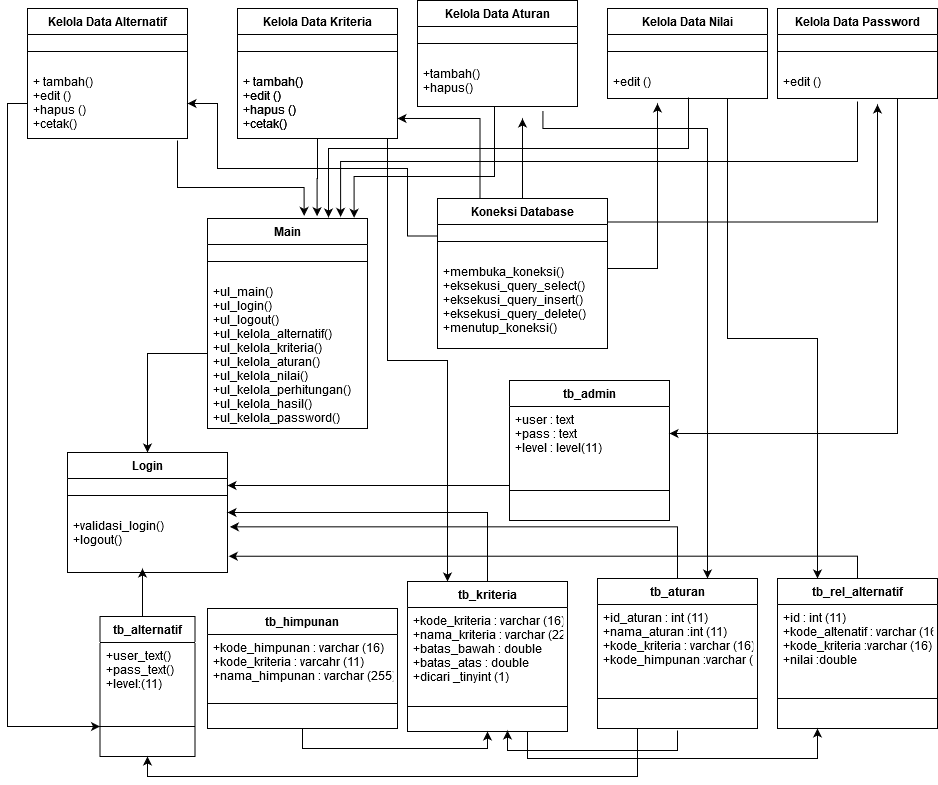
The draw.io diagram Untitled Diagram.png in NuriCandrawati/nuri-resolusi, before a commit. Source tidied: cells renumbered, new cells last; positions are measured from the earlier drawing's top-left corner, leaving out a move shared by most shapes.
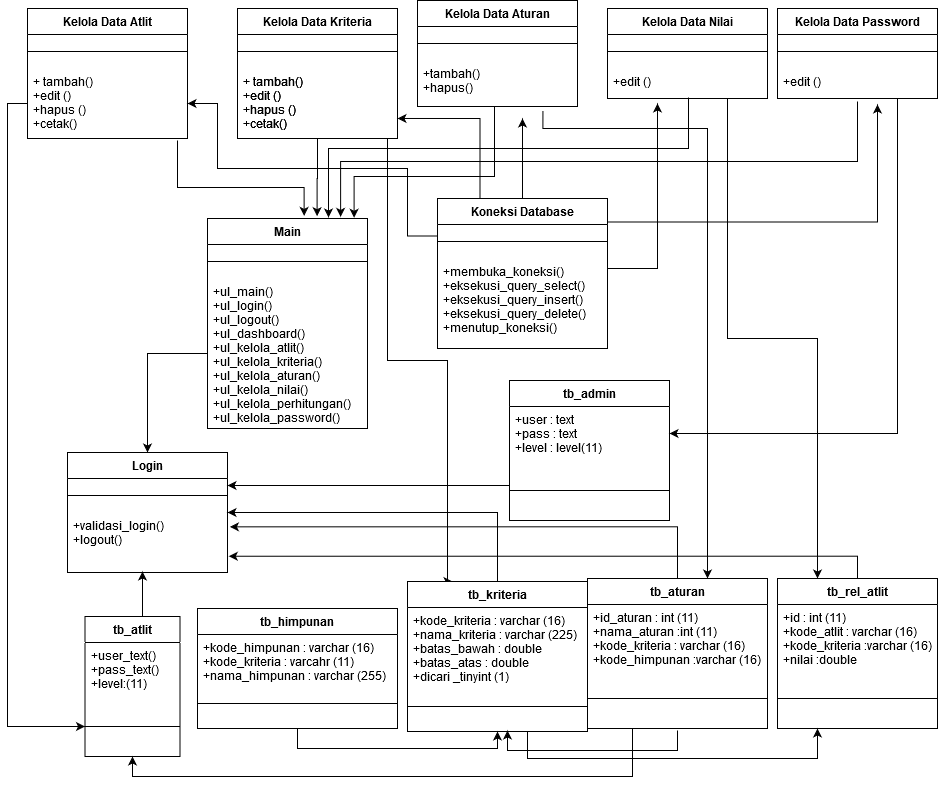
Later version of the same file.

The edit, as a diff of the source:
```diff
@@ -101,7 +101,7 @@
     <mxCell id="23" style="line;strokeWidth=1;fillColor=none;align=left;verticalAlign=middle;spacingTop=-1;spacingLeft=3;spacingRight=3;labelPosition=right;" parent="22" vertex="1">
       <mxGeometry y="26" width="160" height="34" as="geometry" />
     </mxCell>
-    <mxCell id="24" value="+ul_main()&#10;+ul_login()&#10;+ul_logout()&#10;+ul_kelola_alternatif()&#10;+ul_kelola_kriteria()&#10;+ul_kelola_aturan()&#10;+ul_kelola_nilai()&#10;+ul_kelola_perhitungan()&#10;+ul_kelola_hasil()&#10;+ul_kelola_password()&#10;" style="text;strokeColor=none;fillColor=none;align=left;verticalAlign=top;spacingLeft=4;spacingRight=4;overflow=hidden;points=[[0,0.5],[1,0.5]];portConstraint=eastwest;" parent="22" vertex="1">
+    <mxCell id="24" value="+ul_main()&#10;+ul_login()&#10;+ul_logout()&#10;+ul_dashboard()&#10;+ul_kelola_atlit()&#10;+ul_kelola_kriteria()&#10;+ul_kelola_aturan()&#10;+ul_kelola_nilai()&#10;+ul_kelola_perhitungan()&#10;+ul_kelola_password()&#10;" style="text;strokeColor=none;fillColor=none;align=left;verticalAlign=top;spacingLeft=4;spacingRight=4;overflow=hidden;points=[[0,0.5],[1,0.5]];portConstraint=eastwest;" parent="22" vertex="1">
       <mxGeometry y="60" width="160" height="150" as="geometry" />
     </mxCell>
     <mxCell id="25" style="edgeStyle=orthogonalEdgeStyle;rounded=0;jettySize=auto;html=1;exitX=0;exitY=0.5;exitDx=0;exitDy=0;entryX=0.5;entryY=0;entryDx=0;entryDy=0;" parent="1" edge="1" source="24" target="55">
@@ -174,21 +174,21 @@
       </mxGeometry>
     </mxCell>
     <mxCell id="39" value="tb_aturan" style="swimlane;fontStyle=1;align=center;verticalAlign=top;horizontal=1;startSize=26;" parent="1" vertex="1">
-      <mxGeometry x="570" y="578" width="160" height="150" as="geometry" />
+      <mxGeometry x="560" y="578" width="180" height="150" as="geometry" />
     </mxCell>
     <mxCell id="40" value="+id_aturan : int (11)&#10;+nama_aturan :int (11)&#10;+kode_kriteria : varchar (16)&#10;+kode_himpunan :varchar (16)&#10;&#10;&#10;" style="text;strokeColor=none;fillColor=none;align=left;verticalAlign=top;spacingLeft=4;spacingRight=4;overflow=hidden;" parent="39" vertex="1">
-      <mxGeometry y="26" width="160" height="64" as="geometry" />
+      <mxGeometry y="26" width="180" height="64" as="geometry" />
     </mxCell>
     <mxCell id="41" style="line;strokeWidth=1;fillColor=none;align=left;verticalAlign=middle;spacingTop=-1;spacingLeft=3;spacingRight=3;labelPosition=right;" parent="39" vertex="1">
-      <mxGeometry y="90" width="160" height="60" as="geometry" />
+      <mxGeometry y="90" width="180" height="60" as="geometry" />
     </mxCell>
     <mxCell id="42" style="edgeStyle=orthogonalEdgeStyle;rounded=0;jettySize=auto;html=1;exitX=0.5;exitY=0;exitDx=0;exitDy=0;entryX=1.008;entryY=0.729;entryDx=0;entryDy=0;entryPerimeter=0;" parent="1" edge="1" source="43" target="57">
       <mxGeometry relative="1" as="geometry" />
     </mxCell>
-    <mxCell id="43" value="tb_rel_alternatif" style="swimlane;fontStyle=1;align=center;verticalAlign=top;horizontal=1;startSize=26;" parent="1" vertex="1">
+    <mxCell id="43" value="tb_rel_atlit" style="swimlane;fontStyle=1;align=center;verticalAlign=top;horizontal=1;startSize=26;" parent="1" vertex="1">
       <mxGeometry x="750" y="578" width="160" height="150" as="geometry" />
     </mxCell>
-    <mxCell id="44" value="+id : int (11)&#10;+kode_altenatif : varchar (16)&#10;+kode_kriteria :varchar (16)&#10;+nilai :double&#10;" style="text;strokeColor=none;fillColor=none;align=left;verticalAlign=top;spacingLeft=4;spacingRight=4;overflow=hidden;" parent="43" vertex="1">
+    <mxCell id="44" value="+id : int (11)&#10;+kode_atlit : varchar (16)&#10;+kode_kriteria :varchar (16)&#10;+nilai :double&#10;" style="text;strokeColor=none;fillColor=none;align=left;verticalAlign=top;spacingLeft=4;spacingRight=4;overflow=hidden;" parent="43" vertex="1">
       <mxGeometry y="26" width="160" height="64" as="geometry" />
     </mxCell>
     <mxCell id="45" style="line;strokeWidth=1;fillColor=none;align=left;verticalAlign=middle;spacingTop=-1;spacingLeft=3;spacingRight=3;labelPosition=right;" parent="43" vertex="1">
@@ -206,13 +206,13 @@
       </mxGeometry>
     </mxCell>
     <mxCell id="48" value="tb_kriteria" style="swimlane;fontStyle=1;align=center;verticalAlign=top;horizontal=1;startSize=26;" parent="1" vertex="1">
-      <mxGeometry x="380" y="581" width="160" height="150" as="geometry" />
+      <mxGeometry x="380" y="581" width="180" height="150" as="geometry" />
     </mxCell>
     <mxCell id="49" value="+kode_kriteria : varchar (16)&#10;+nama_kriteria : varchar (225)&#10;+batas_bawah : double&#10;+batas_atas : double&#10;+dicari _tinyint (1)&#10;&#10;&#10;" style="text;strokeColor=none;fillColor=none;align=left;verticalAlign=top;spacingLeft=4;spacingRight=4;overflow=hidden;" parent="48" vertex="1">
-      <mxGeometry y="26" width="160" height="74" as="geometry" />
+      <mxGeometry y="26" width="180" height="74" as="geometry" />
     </mxCell>
     <mxCell id="50" style="line;strokeWidth=1;fillColor=none;align=left;verticalAlign=middle;spacingTop=-1;spacingLeft=3;spacingRight=3;labelPosition=right;" parent="48" vertex="1">
-      <mxGeometry y="100" width="160" height="50" as="geometry" />
+      <mxGeometry y="100" width="180" height="50" as="geometry" />
     </mxCell>
     <mxCell id="51" style="edgeStyle=orthogonalEdgeStyle;rounded=0;jettySize=auto;html=1;exitX=0;exitY=0.75;exitDx=0;exitDy=0;" parent="1" edge="1" source="52" target="56">
       <mxGeometry relative="1" as="geometry">
@@ -240,11 +240,12 @@
     <mxCell id="57" value="+validasi_login()&#10;+logout()&#10;" style="text;strokeColor=none;fillColor=none;align=left;verticalAlign=top;spacingLeft=4;spacingRight=4;overflow=hidden;points=[[0,0.5],[1,0.5]];portConstraint=eastwest;" parent="55" vertex="1">
       <mxGeometry y="60" width="160" height="60" as="geometry" />
     </mxCell>
-    <mxCell id="58" style="edgeStyle=orthogonalEdgeStyle;rounded=0;jettySize=auto;html=1;exitX=0.5;exitY=0;exitDx=0;exitDy=0;" parent="1" edge="1" source="63">
+    <mxCell id="58" style="edgeStyle=orthogonalEdgeStyle;rounded=0;orthogonalLoop=1;jettySize=auto;html=1;exitX=0.5;exitY=0;exitDx=0;exitDy=0;" parent="1" edge="1">
       <mxGeometry relative="1" as="geometry">
-        <mxPoint x="115" y="568" as="targetPoint" />
+        <mxPoint x="120" y="619" as="sourcePoint" />
+        <mxPoint x="115" y="571" as="targetPoint" />
         <Array as="points">
-          <mxPoint x="115" y="616" />
+          <mxPoint x="115" y="619" />
         </Array>
       </mxGeometry>
     </mxCell>
@@ -257,16 +258,16 @@
       </mxGeometry>
     </mxCell>
     <mxCell id="60" value="tb_himpunan" style="swimlane;fontStyle=1;align=center;verticalAlign=top;horizontal=1;startSize=26;" parent="1" vertex="1">
-      <mxGeometry x="180" y="608" width="190" height="120" as="geometry" />
+      <mxGeometry x="170" y="608" width="200" height="120" as="geometry" />
     </mxCell>
     <mxCell id="61" value="+kode_himpunan : varchar (16)&#10;+kode_kriteria : varcahr (11)&#10;+nama_himpunan : varchar (255)&#10;&#10;" style="text;strokeColor=none;fillColor=none;align=left;verticalAlign=top;spacingLeft=4;spacingRight=4;overflow=hidden;" parent="60" vertex="1">
-      <mxGeometry y="26" width="190" height="44" as="geometry" />
+      <mxGeometry y="26" width="200" height="44" as="geometry" />
     </mxCell>
     <mxCell id="62" style="line;strokeWidth=1;fillColor=none;align=left;verticalAlign=middle;spacingTop=-1;spacingLeft=3;spacingRight=3;labelPosition=right;" parent="60" vertex="1">
-      <mxGeometry y="70" width="190" height="50" as="geometry" />
+      <mxGeometry y="70" width="200" height="50" as="geometry" />
     </mxCell>
-    <mxCell id="63" value="tb_alternatif" style="swimlane;fontStyle=1;align=center;verticalAlign=top;horizontal=1;startSize=26;" parent="1" vertex="1">
-      <mxGeometry x="72.5" y="616" width="95" height="140" as="geometry" />
+    <mxCell id="63" value="tb_atlit" style="swimlane;fontStyle=1;align=center;verticalAlign=top;horizontal=1;startSize=26;" parent="1" vertex="1">
+      <mxGeometry x="57.5" y="616" width="95" height="140" as="geometry" />
     </mxCell>
     <mxCell id="64" value="+user_text()&#10;+pass_text()&#10;+level:(11)&#10;&#10;&#10;" style="text;strokeColor=none;fillColor=none;align=left;verticalAlign=top;spacingLeft=4;spacingRight=4;overflow=hidden;" parent="63" vertex="1">
       <mxGeometry y="26" width="95" height="54" as="geometry" />
@@ -283,7 +284,7 @@
     <mxCell id="68" value="+tambah()&#10;+hapus()&#10;&#10;&#10;" style="text;strokeColor=none;fillColor=none;align=left;verticalAlign=top;spacingLeft=4;spacingRight=4;overflow=hidden;points=[[0,0.5],[1,0.5]];portConstraint=eastwest;" parent="66" vertex="1">
       <mxGeometry y="60" width="160" height="46" as="geometry" />
     </mxCell>
-    <mxCell id="69" value="Kelola Data Alternatif" style="swimlane;fontStyle=1;align=center;verticalAlign=top;horizontal=1;startSize=26;" parent="1" vertex="1">
+    <mxCell id="69" value="Kelola Data Atlit" style="swimlane;fontStyle=1;align=center;verticalAlign=top;horizontal=1;startSize=26;" parent="1" vertex="1">
       <mxGeometry y="8" width="160" height="130" as="geometry" />
     </mxCell>
     <mxCell id="70" style="line;strokeWidth=1;fillColor=none;align=left;verticalAlign=middle;spacingTop=-1;spacingLeft=3;spacingRight=3;labelPosition=right;" parent="69" vertex="1">
```
